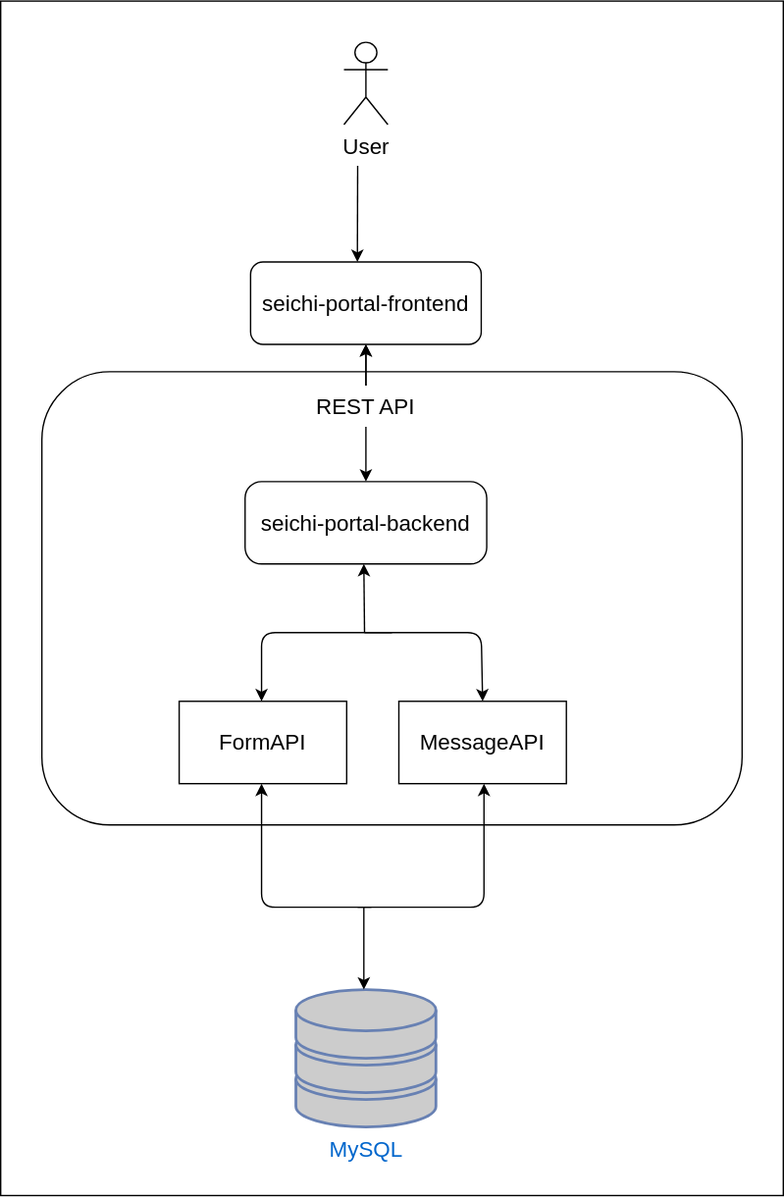
GiganticMinecraft/seichi-portal-backend keeps this draw.io diagram as docs/overhead-view.drawio.svg. Above is the earlier version. Source tidied: cells renumbered, new cells last; positions are measured from the earlier drawing's top-left corner, leaving out a move shared by most shapes.
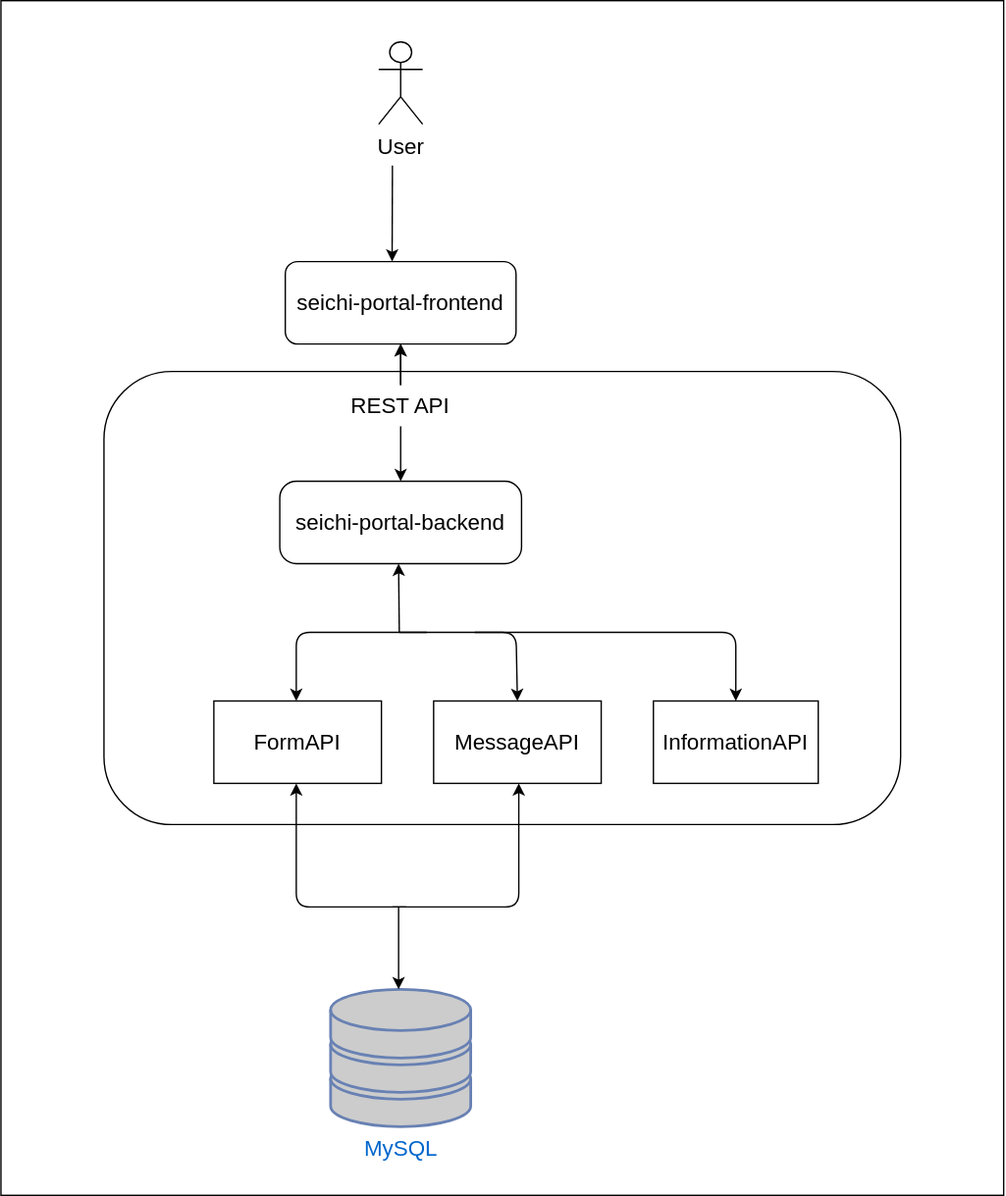
Above is the later version.

Commit message:
docs: overhead-viewを更新

The edit, as a diff of the source:
```diff
@@ -3,10 +3,10 @@
     <mxCell id="0" />
     <mxCell id="1" parent="0" />
     <mxCell id="2" style="rounded=0;whiteSpace=wrap;html=1;" parent="1" vertex="1">
-      <mxGeometry width="570" height="870" as="geometry" />
+      <mxGeometry x="-25" width="730" height="870" as="geometry" />
     </mxCell>
     <mxCell id="3" style="rounded=1;whiteSpace=wrap;html=1;strokeWidth=1;fontSize=16;" parent="1" vertex="1">
-      <mxGeometry x="30" y="270" width="510" height="330" as="geometry" />
+      <mxGeometry x="50" y="270" width="580" height="330" as="geometry" />
     </mxCell>
     <mxCell id="4" value="MySQL" style="fontColor=#0066CC;verticalAlign=top;verticalLabelPosition=bottom;labelPosition=center;align=center;html=1;fillColor=#CCCCCC;strokeColor=#6881B3;gradientColor=none;gradientDirection=north;strokeWidth=2;shape=mxgraph.networks.storage;fontSize=16;" parent="1" vertex="1">
       <mxGeometry x="215" y="720" width="102" height="100" as="geometry" />
@@ -90,5 +90,17 @@
         </Array>
       </mxGeometry>
     </mxCell>
+    <mxCell id="21" value="InformationAPI" style="rounded=0;whiteSpace=wrap;html=1;fontSize=16;" parent="1" vertex="1">
+      <mxGeometry x="450" y="510" width="120" height="60" as="geometry" />
+    </mxCell>
+    <mxCell id="22" style="endArrow=classic;html=1;fontSize=16;" parent="1" edge="1">
+      <mxGeometry relative="1" as="geometry">
+        <mxPoint x="320" y="460" as="sourcePoint" />
+        <mxPoint x="510" y="510" as="targetPoint" />
+        <Array as="points">
+          <mxPoint x="510" y="460" />
+        </Array>
+      </mxGeometry>
+    </mxCell>
   </root>
 </mxGraphModel>
```
